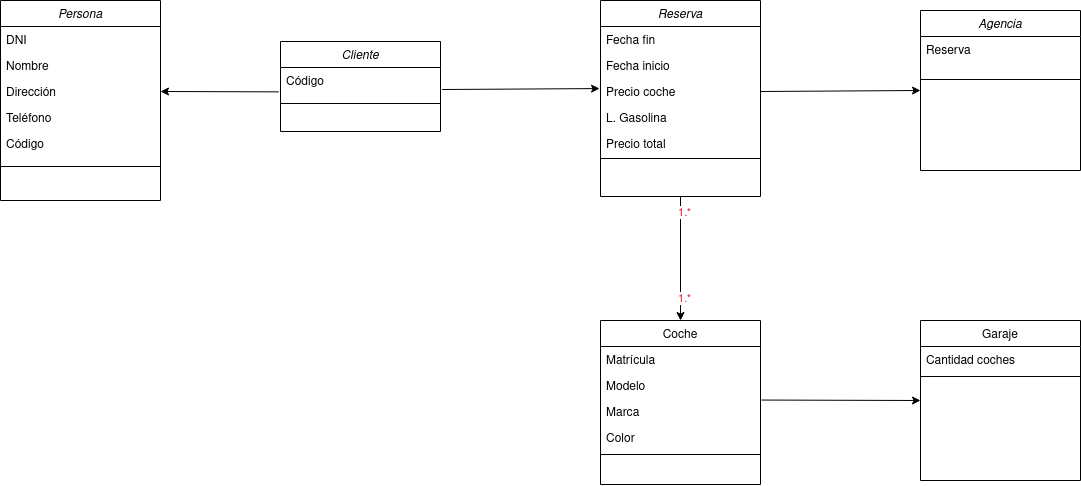
Earlier version of the draw.io export Tareas/AlquierCoches.drawio.png (colidom/ets). Source tidied: cells renumbered, new cells last; positions are measured from the earlier drawing's top-left corner, leaving out a move shared by most shapes.
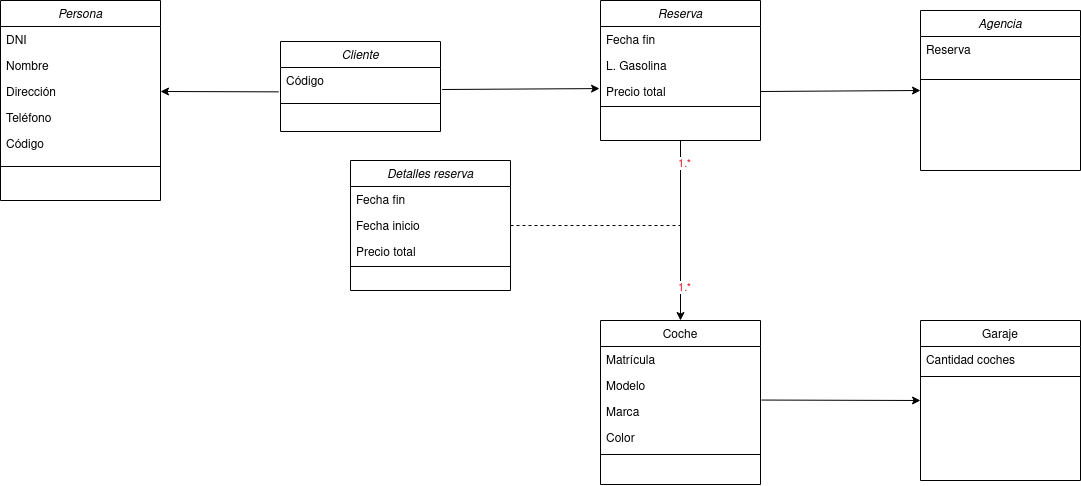
After the commit.

What changed in the source:
```diff
@@ -69,25 +69,19 @@
       <mxGeometry y="52" width="160" height="8" as="geometry" />
     </mxCell>
     <mxCell id="24" value="Reserva" style="swimlane;fontStyle=2;align=center;verticalAlign=top;horizontal=1;startSize=26;rounded=0;shadow=0;strokeWidth=1;" parent="1" vertex="1">
-      <mxGeometry x="600" width="160" height="196" as="geometry" />
+      <mxGeometry x="600" width="160" height="140" as="geometry" />
     </mxCell>
     <mxCell id="25" value="Fecha fin" style="text;align=left;verticalAlign=top;spacingLeft=4;spacingRight=4;overflow=hidden;rounded=0;shadow=0;html=0;" parent="24" vertex="1">
       <mxGeometry y="26" width="160" height="26" as="geometry" />
     </mxCell>
-    <mxCell id="26" value="Fecha inicio" style="text;align=left;verticalAlign=top;spacingLeft=4;spacingRight=4;overflow=hidden;points=[[0,0.5],[1,0.5]];portConstraint=eastwest;" parent="24" vertex="1">
-      <mxGeometry y="52" width="160" height="26" as="geometry" />
-    </mxCell>
-    <mxCell id="27" value="Precio coche" style="text;align=left;verticalAlign=top;spacingLeft=4;spacingRight=4;overflow=hidden;points=[[0,0.5],[1,0.5]];portConstraint=eastwest;rounded=0;shadow=0;html=0;" parent="24" vertex="1">
-      <mxGeometry y="78" width="160" height="26" as="geometry" />
-    </mxCell>
     <mxCell id="28" value="L. Gasolina" style="text;align=left;verticalAlign=top;spacingLeft=4;spacingRight=4;overflow=hidden;rounded=0;shadow=0;html=0;" parent="24" vertex="1">
-      <mxGeometry y="104" width="160" height="26" as="geometry" />
+      <mxGeometry y="52" width="160" height="26" as="geometry" />
     </mxCell>
     <mxCell id="29" value="Precio total" style="text;align=left;verticalAlign=top;spacingLeft=4;spacingRight=4;overflow=hidden;rounded=0;shadow=0;html=0;" parent="24" vertex="1">
-      <mxGeometry y="130" width="160" height="26" as="geometry" />
+      <mxGeometry y="78" width="160" height="26" as="geometry" />
     </mxCell>
     <mxCell id="30" style="line;html=1;strokeWidth=1;align=left;verticalAlign=middle;spacingTop=-1;spacingLeft=3;spacingRight=3;labelPosition=right;" parent="24" vertex="1">
-      <mxGeometry y="156" width="160" height="4" as="geometry" />
+      <mxGeometry y="104" width="160" height="4" as="geometry" />
     </mxCell>
     <mxCell id="31" value="Cliente" style="swimlane;fontStyle=2;align=center;verticalAlign=top;horizontal=1;startSize=26;rounded=0;shadow=0;strokeWidth=1;" parent="1" vertex="1">
       <mxGeometry x="280" y="41" width="160" height="90" as="geometry" />
@@ -101,14 +95,38 @@
     <mxCell id="34" style="endArrow=classic;html=1;rounded=0;entryX=1;entryY=0.5;entryDx=0;entryDy=0;exitX=-0.011;exitY=0.937;exitDx=0;exitDy=0;exitPerimeter=0;" parent="1" edge="1" source="32" target="5">
       <mxGeometry relative="1" as="geometry" />
     </mxCell>
-    <mxCell id="35" style="endArrow=classic;html=1;rounded=0;entryX=-0.006;entryY=0.388;entryDx=0;entryDy=0;exitX=1.01;exitY=0.846;exitDx=0;exitDy=0;exitPerimeter=0;entryPerimeter=0;" parent="1" edge="1" source="32" target="27">
-      <mxGeometry relative="1" as="geometry" />
+    <mxCell id="35" style="endArrow=classic;html=1;rounded=0;entryX=-0.006;entryY=0.388;entryDx=0;entryDy=0;exitX=1.01;exitY=0.846;exitDx=0;exitDy=0;exitPerimeter=0;entryPerimeter=0;" parent="1" edge="1" source="32">
+      <mxGeometry relative="1" as="geometry">
+        <mxPoint x="599" y="88.1" as="targetPoint" />
+      </mxGeometry>
     </mxCell>
     <mxCell id="36" style="endArrow=classic;html=1;rounded=0;entryX=0;entryY=0.5;entryDx=0;entryDy=0;exitX=1.006;exitY=0.06;exitDx=0;exitDy=0;exitPerimeter=0;" parent="1" edge="1" source="12" target="21">
       <mxGeometry relative="1" as="geometry" />
     </mxCell>
-    <mxCell id="37" style="endArrow=classic;html=1;rounded=0;exitX=1;exitY=0.5;exitDx=0;exitDy=0;entryX=0;entryY=0.5;entryDx=0;entryDy=0;" parent="1" edge="1" source="27" target="18">
-      <mxGeometry relative="1" as="geometry" />
+    <mxCell id="37" style="endArrow=classic;html=1;rounded=0;exitX=1;exitY=0.5;exitDx=0;exitDy=0;entryX=0;entryY=0.5;entryDx=0;entryDy=0;" parent="1" edge="1" target="18">
+      <mxGeometry relative="1" as="geometry">
+        <mxPoint x="760" y="91" as="sourcePoint" />
+      </mxGeometry>
     </mxCell>
+    <mxCell id="38" value="Detalles reserva" style="swimlane;fontStyle=2;align=center;verticalAlign=top;horizontal=1;startSize=26;rounded=0;shadow=0;strokeWidth=1;" parent="1" vertex="1">
+      <mxGeometry x="350" y="160" width="160" height="130" as="geometry" />
+    </mxCell>
+    <mxCell id="39" value="Fecha fin" style="text;align=left;verticalAlign=top;spacingLeft=4;spacingRight=4;overflow=hidden;rounded=0;shadow=0;html=0;" parent="38" vertex="1">
+      <mxGeometry y="26" width="160" height="26" as="geometry" />
+    </mxCell>
+    <mxCell id="26" value="Fecha inicio" style="text;align=left;verticalAlign=top;spacingLeft=4;spacingRight=4;overflow=hidden;points=[[0,0.5],[1,0.5]];portConstraint=eastwest;" parent="38" vertex="1">
+      <mxGeometry y="52" width="160" height="26" as="geometry" />
+    </mxCell>
+    <mxCell id="40" value="Precio total" style="text;align=left;verticalAlign=top;spacingLeft=4;spacingRight=4;overflow=hidden;rounded=0;shadow=0;html=0;" parent="38" vertex="1">
+      <mxGeometry y="78" width="160" height="26" as="geometry" />
+    </mxCell>
+    <mxCell id="41" style="line;html=1;strokeWidth=1;align=left;verticalAlign=middle;spacingTop=-1;spacingLeft=3;spacingRight=3;labelPosition=right;" parent="38" vertex="1">
+      <mxGeometry y="104" width="160" height="4" as="geometry" />
+    </mxCell>
+    <mxCell id="42" style="endArrow=none;html=1;rounded=0;exitX=1;exitY=0.5;exitDx=0;exitDy=0;endFill=0;dashed=1;" parent="1" edge="1" source="26">
+      <mxGeometry relative="1" as="geometry">
+        <mxPoint x="680" y="225" as="targetPoint" />
+      </mxGeometry>
+    </mxCell>
   </root>
 </mxGraphModel>
```
